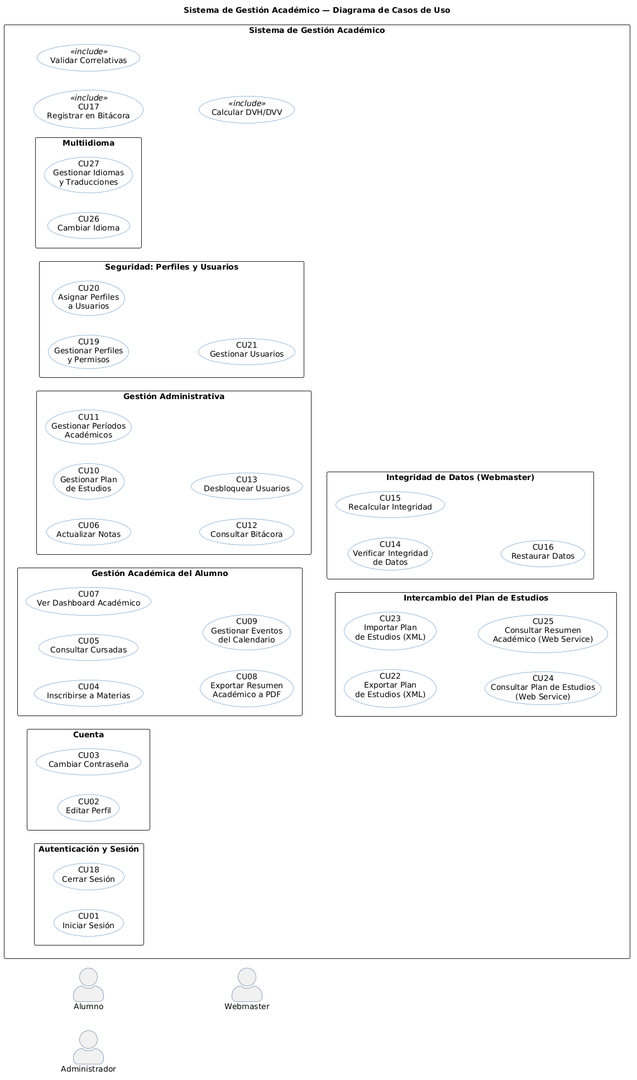
The PlantUML diagram DIAGRAMAS/CasosDeUso.png in Urrels/tpDYAWeb, before a commit.
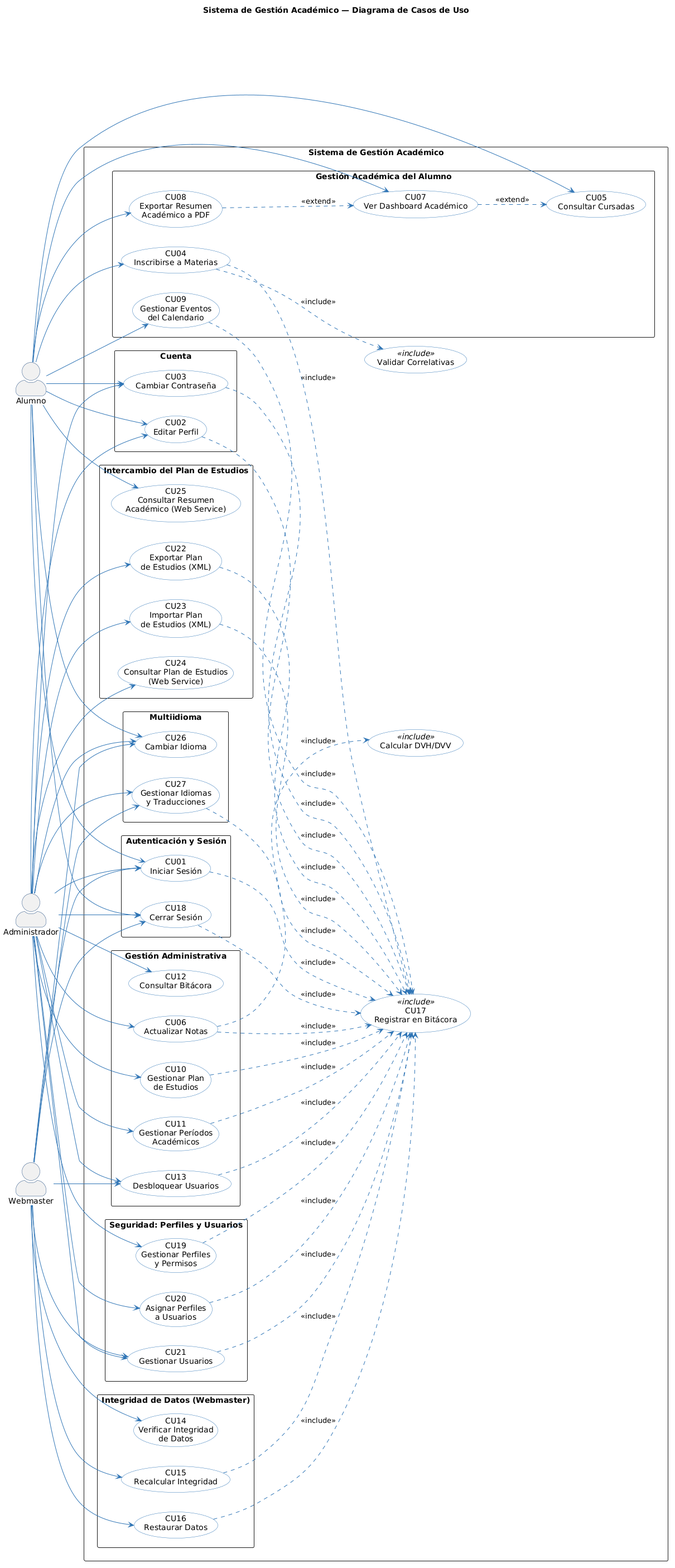
After the change.

Diff of the diagram source:
```diff
@@ -72,4 +72,70 @@
     usecase "CU17\nRegistrar en Bitácora" as BITACORA <<include>>
     usecase "Validar Correlativas" as CORREL <<include>>
     usecase "Calcular DVH/DVV" as DVV <<include>>
+}
+
+A --> CU01
+ADM --> CU01
+WM --> CU01
+A --> CU18
+ADM --> CU18
+WM --> CU18
+A --> CU26
+ADM --> CU26
+WM --> CU26
+
+A --> CU02
+A --> CU03
+A --> CU04
+A --> CU05
+A --> CU07
+A --> CU08
+A --> CU09
+A --> CU25
+
+ADM --> CU02
+ADM --> CU03
+ADM --> CU06
+ADM --> CU10
+ADM --> CU11
+ADM --> CU12
+ADM --> CU13
+ADM --> CU19
+ADM --> CU20
+ADM --> CU21
+ADM --> CU22
+ADM --> CU23
+ADM --> CU24
+ADM --> CU27
+
+WM --> CU13
+WM --> CU14
+WM --> CU15
+WM --> CU16
+WM --> CU21
+WM --> CU27
+
+CU01 ..> BITACORA : <<include>>
+CU02 ..> BITACORA : <<include>>
+CU03 ..> BITACORA : <<include>>
+CU04 ..> BITACORA : <<include>>
+CU04 ..> CORREL   : <<include>>
+CU06 ..> BITACORA : <<include>>
+CU06 ..> DVV      : <<include>>
+CU09 ..> BITACORA : <<include>>
+CU10 ..> BITACORA : <<include>>
+CU11 ..> BITACORA : <<include>>
+CU13 ..> BITACORA : <<include>>
+CU15 ..> BITACORA : <<include>>
+CU16 ..> BITACORA : <<include>>
+CU18 ..> BITACORA : <<include>>
+CU19 ..> BITACORA : <<include>>
+CU20 ..> BITACORA : <<include>>
+CU21 ..> BITACORA : <<include>>
+CU22 ..> BITACORA : <<include>>
+CU23 ..> BITACORA : <<include>>
+CU27 ..> BITACORA : <<include>>
+
+CU07 ..> CU05 : <<extend>>
+CU08 ..> CU07 : <<extend>>
 @enduml
```
